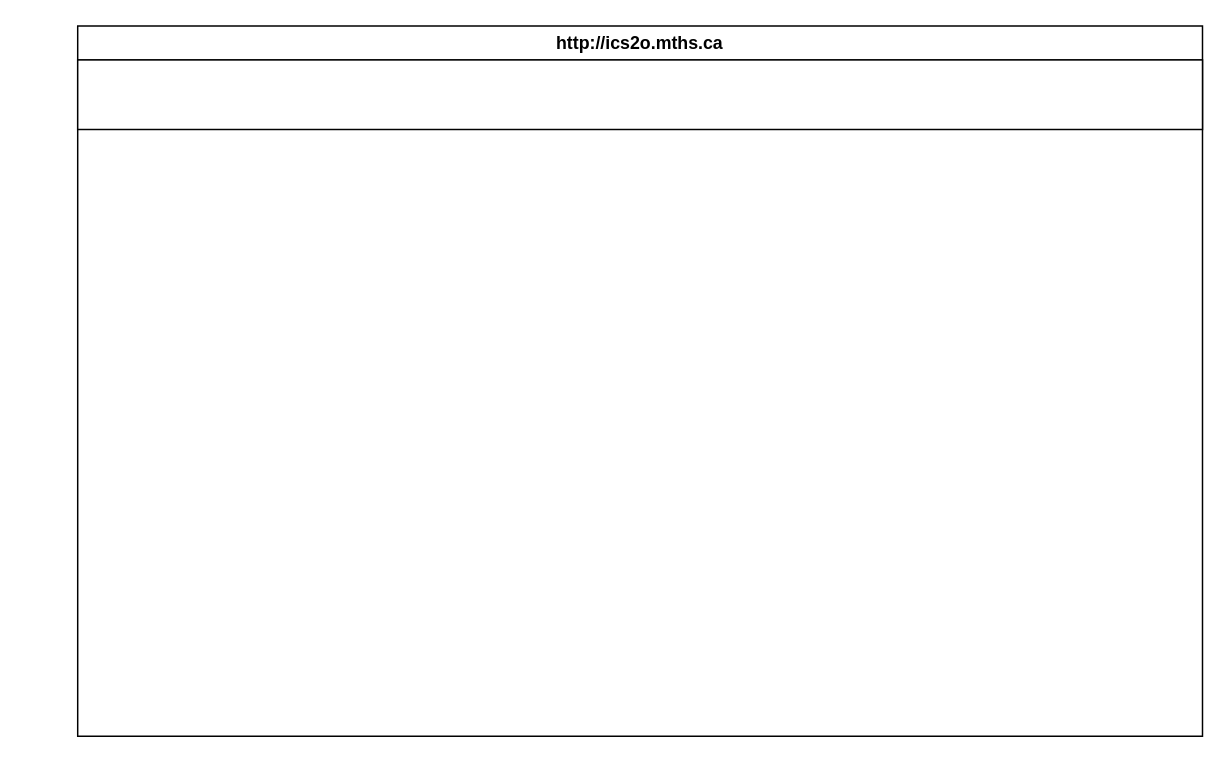
The draw.io diagram design/storyboard.drawio in MTHS-ICD2O-1-2023/ICD2O-Unit-5-06-yoochan-han, before the edit. Source tidied: cells renumbered, new cells numbered last; positions are measured from the earlier drawing's top-left corner, leaving out a move shared by most shapes. Both pictures are drawn from the tidied source at 148%, with x=0, y=0 at pixel (77, 25).
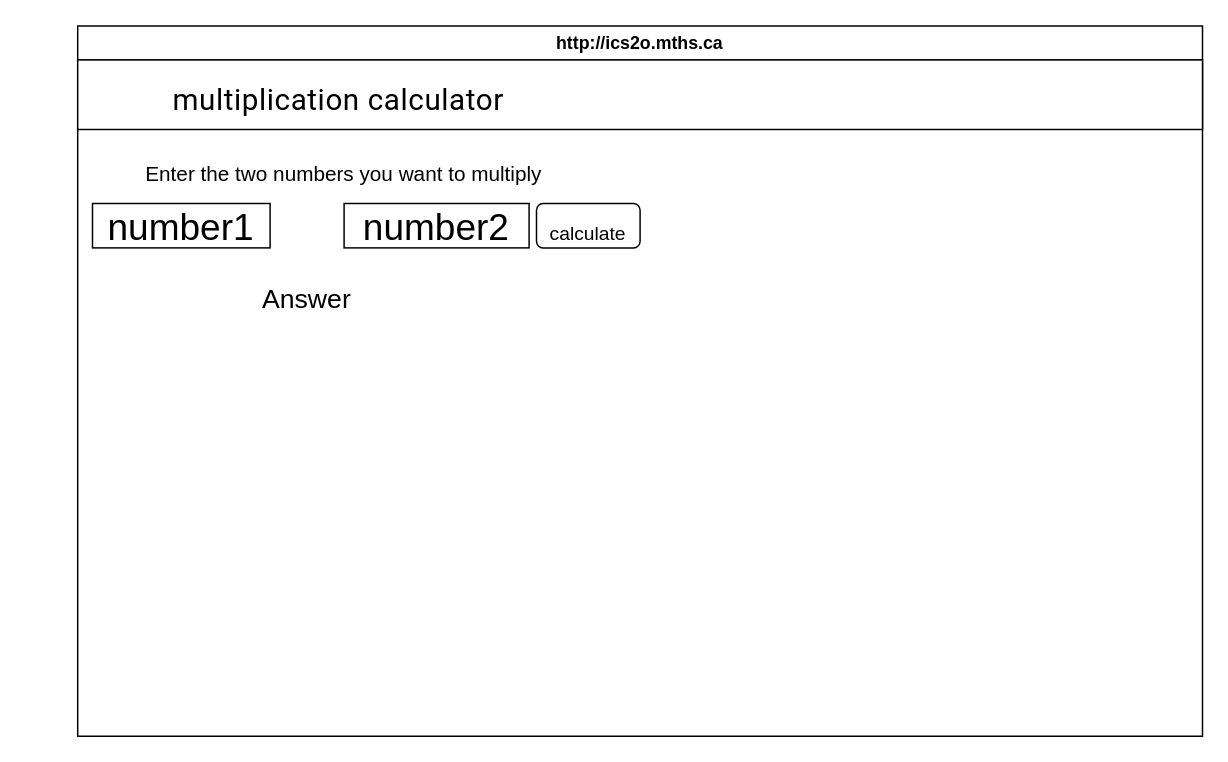
The same page after the edit.

The edit, as a diff of the source:
```diff
@@
 <mxGraphModel>
   <root>
     <mxCell id="0" />
     <mxCell id="1" parent="0" />
     <mxCell id="2" value="http://ics2o.mths.ca" style="swimlane;whiteSpace=wrap;html=1;" parent="1" vertex="1">
       <mxGeometry width="760" height="480" as="geometry" />
     </mxCell>
-    <mxCell id="3" style="rounded=0;whiteSpace=wrap;html=1;" parent="2" vertex="1">
+    <mxCell id="3" value="&lt;span style=&quot;font-size: 25px;&quot;&gt;&amp;nbsp; &amp;nbsp; &amp;nbsp; &amp;nbsp; &amp;nbsp;&lt;/span&gt;&lt;span style=&quot;font-family: Roboto, Helvetica, Arial, sans-serif; font-size: 20px; letter-spacing: 0.4px;&quot;&gt;multiplication calculator&lt;/span&gt;" style="rounded=0;whiteSpace=wrap;html=1;align=left;labelBackgroundColor=none;" parent="2" vertex="1">
       <mxGeometry y="23" width="760" height="47" as="geometry" />
     </mxCell>
+    <mxCell id="4" value="&lt;span style=&quot;font-family: Helvetica, Arial, sans-serif; font-size: 14px; text-align: start;&quot;&gt;Enter the two numbers you want to multiply&lt;/span&gt;" style="text;html=1;strokeColor=none;fillColor=none;align=center;verticalAlign=middle;whiteSpace=wrap;rounded=0;labelBackgroundColor=none;fontSize=25;fontColor=#000000;" parent="2" vertex="1">
+      <mxGeometry x="-35" y="80" width="430" height="30" as="geometry" />
+    </mxCell>
+    <mxCell id="5" value="&lt;font color=&quot;#000000&quot;&gt;number1&lt;/font&gt;" style="rounded=0;whiteSpace=wrap;html=1;labelBackgroundColor=none;fontSize=25;fontColor=default;fillColor=none;" parent="2" vertex="1">
+      <mxGeometry x="10" y="120" width="120" height="30" as="geometry" />
+    </mxCell>
+    <mxCell id="6" value="&lt;font style=&quot;font-size: 13px;&quot;&gt;calculate&lt;/font&gt;" style="rounded=1;whiteSpace=wrap;html=1;labelBackgroundColor=none;fontSize=25;fontColor=#000000;fillColor=none;" parent="2" vertex="1">
+      <mxGeometry x="310" y="120" width="70" height="30" as="geometry" />
+    </mxCell>
+    <mxCell id="7" value="&lt;font style=&quot;font-size: 18px;&quot;&gt;Answer&lt;/font&gt;" style="text;html=1;strokeColor=none;fillColor=none;align=center;verticalAlign=middle;whiteSpace=wrap;rounded=0;labelBackgroundColor=none;fontSize=13;fontColor=#000000;" parent="2" vertex="1">
+      <mxGeometry x="20" y="170" width="270" height="30" as="geometry" />
+    </mxCell>
+    <mxCell id="8" value="&lt;font color=&quot;#000000&quot;&gt;number2&lt;/font&gt;" style="rounded=0;whiteSpace=wrap;html=1;labelBackgroundColor=none;fontSize=25;fontColor=default;fillColor=none;" parent="1" vertex="1">
+      <mxGeometry x="180" y="120" width="125" height="30" as="geometry" />
+    </mxCell>
   </root>
 </mxGraphModel>
```
